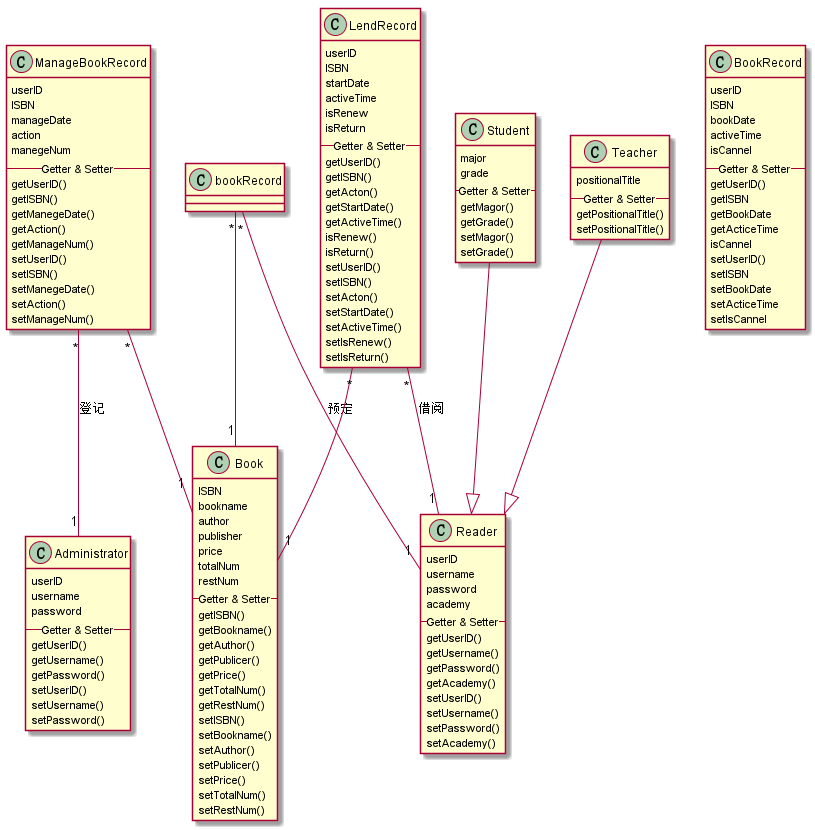
Earlier version of the PlantUML export test3/class1.png (201610414130/is_analysis-7). Source of this version:
```plantuml
@startuml

class Administrator{
    userID
    username
    password
    --Getter & Setter--
    getUserID()
    getUsername()
    getPassword()
    setUserID()
    setUsername()
    setPassword()
}

class Book{
    ISBN
    bookname
    author
    publisher
    price
    totalNum
    restNum
    --Getter & Setter--
    getISBN()
    getBookname()
    getAuthor()
    getPublicer()
    getPrice()
    getTotalNum()
    getRestNum()
    setISBN()
    setBookname()
    setAuthor()
    setPublicer()
    setPrice()
    setTotalNum()
    setRestNum()
}

class ManageBookRecord{
    userID
    ISBN
    manageDate
    action
    manegeNum
    --Getter & Setter--
    getUserID()
    getISBN()
    getManegeDate()
    getAction()
    getManageNum()
    setUserID()
    setISBN()
    setManegeDate()
    setAction()
    setManageNum()
}

class Reader{
    userID
    username
    password
    academy
    --Getter & Setter--
    getUserID()
    getUsername()
    getPassword()
    getAcademy()
    setUserID()
    setUsername()
    setPassword()
    setAcademy()
}

class Student{
    major
    grade
    --Getter & Setter--
    getMagor()
    getGrade()
    setMagor()
    setGrade()
}

class Teacher{
    positionalTitle
    --Getter & Setter--
    getPositionalTitle()
    setPositionalTitle()
}

class LendRecord{
    userID
    ISBN
    startDate
    activeTime
    isRenew
    isReturn
    --Getter & Setter--
    getUserID()
    getISBN()
    getActon()
    getStartDate()
    getActiveTime()
    isRenew()
    isReturn()
    setUserID()
    setISBN()
    setActon()
    setStartDate()
    setActiveTime()
    setIsRenew()
    setIsReturn()
}

class BookRecord{
    userID
    ISBN
    bookDate
    activeTime
    isCannel
    --Getter & Setter--
    getUserID()
    getISBN
    getBookDate
    getActiceTime
    isCannel
    setUserID()
    setISBN
    setBookDate
    setActiceTime
    setIsCannel
}

Student --|> Reader
Teacher --|> Reader

ManageBookRecord "*" -- "1" Administrator:??
ManageBookRecord "*" -- "1" Book

LendRecord "*" -- "1" Reader:??
bookRecord "*" -- "1" Reader:??

LendRecord "*" -- "1" Book
bookRecord "*" -- "1" Book

@enduml
```
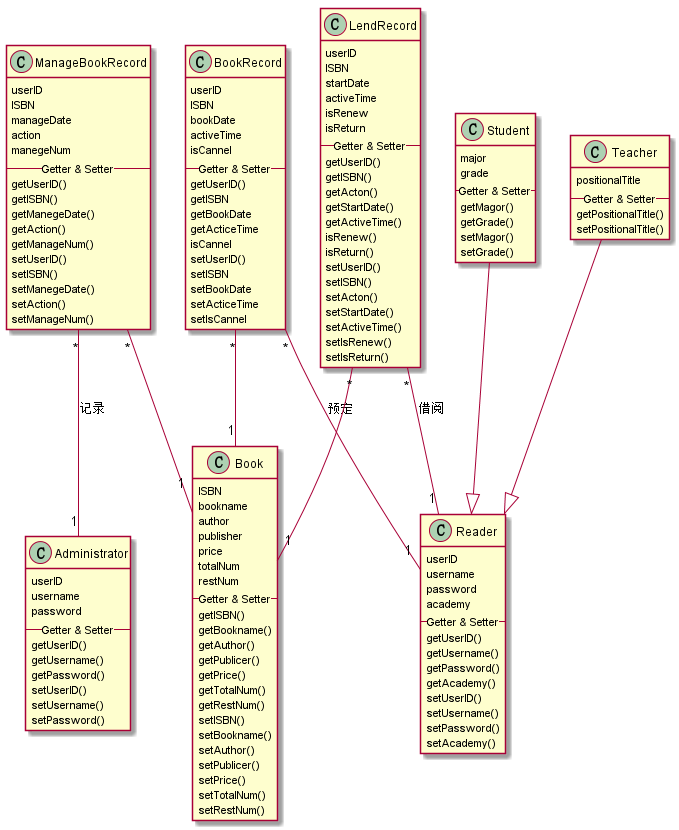
After the change.

The edit, as a diff of the source:
```diff
@@ -140,9 +140,9 @@
 ManageBookRecord "*" -- "1" Book
 
 LendRecord "*" -- "1" Reader:??
-bookRecord "*" -- "1" Reader:??
+BookRecord "*" -- "1" Reader:??
 
 LendRecord "*" -- "1" Book
-bookRecord "*" -- "1" Book
+BookRecord "*" -- "1" Book
 
 @enduml
```
